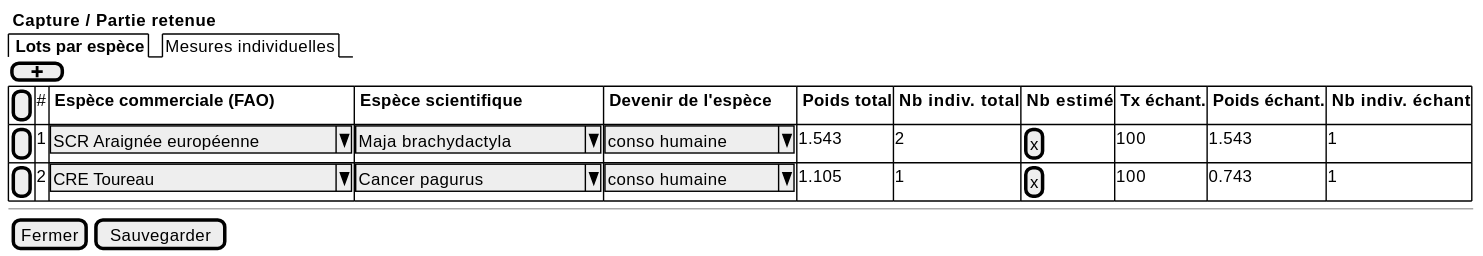
Above: projects/obsmer/spe/images/samples.svg in sumaris-net/sumaris-doc (PlantUML), before the change. Its source is kept beside it as projects/obsmer/spe/images/samples.puml.
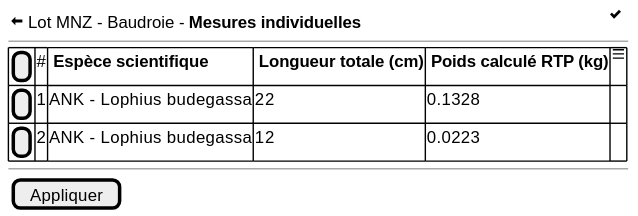
Above is the later version.

What changed in the source:
```diff
@@ -1,18 +1,17 @@
 @startsalt
 {
-  <b> Capture / Partie retenue
-  {/  <b> Lots par espèce | Mesures individuelles }
-  	[ <&plus> ]
+  {  <&arrow-thick-left> Lot MNZ - Baudroie - <b>Mesures individuelles | . | . |. |. |. |. |. |. |. |. |. |. |. |. |. |. |. |. |. |. |. |. |. |. |. |. |. |. |. |. |. |. |. |. |. | <&check>}
+  	--
 	{#
-      [ ]  | # | <b> Espèce commerciale (FAO) | <b> Espèce scientifique   | <b> Devenir de l'espèce | <b> Poids total | <b> Nb indiv. total | <b> Nb estimé | <b> Tx échant. | <b> Poids échant. | <b> Nb indiv. échant
-      [ ] | 1 | ^ SCR Araignée européenne ^ | ^ Maja brachydactyla ^ | ^ conso humaine ^ |  1.543  |  2 | [x] |  100 | 1.543  | 1
-      [ ] | 2 | ^ CRE Toureau             ^ | ^ Cancer pagurus     ^ | ^ conso humaine ^ |  1.105  |  1 | [x] | 100 | 0.743  | 1
+      [ ]  | # | <b> Espèce scientifique   | <b> Longueur totale (cm) | <b> Poids calculé RTP (kg) | <&menu>
+      [ ] | 1 | ANK - Lophius budegassa | 22 | 0.1328 | .
+      [ ] | 2 | ANK - Lophius budegassa | 12 | 0.0223 | .
     }
 
   --
 
   {
-    [Fermer] | [Sauvegarder]
+    [Appliquer]
   }
 }
 @endsalt
```
